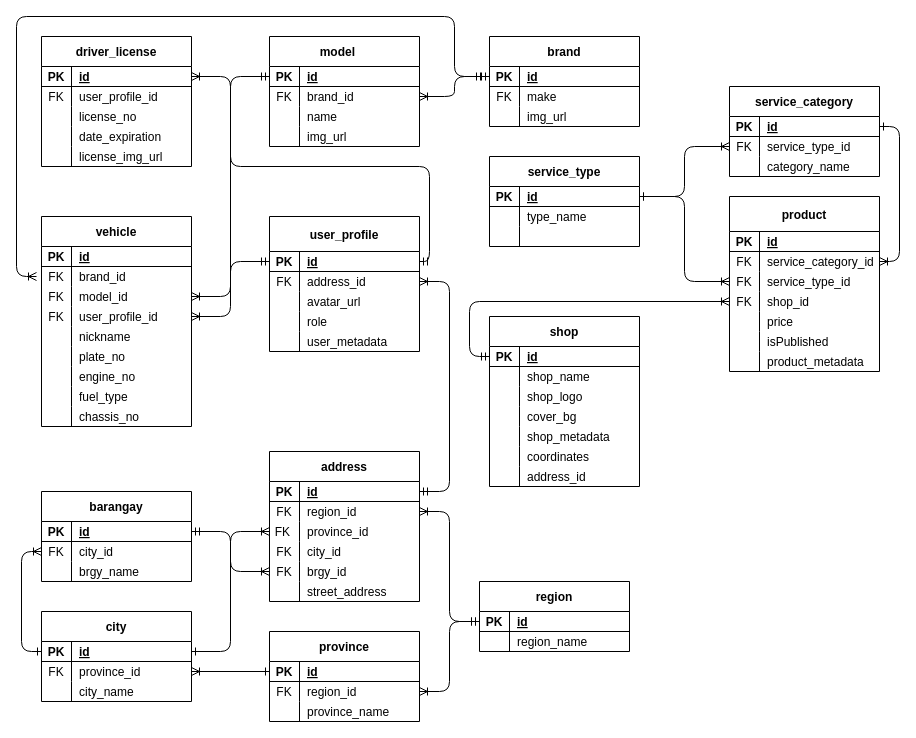
The draw.io diagram Untitled Diagram.drawio in PitZza04/drawIO, before the edit. Source tidied: cells renumbered, new cells numbered last; positions are measured from the earlier drawing's top-left corner, leaving out a move shared by most shapes. Both pictures are drawn from the tidied source at 100%, with x=0, y=0 at pixel (16, 16).
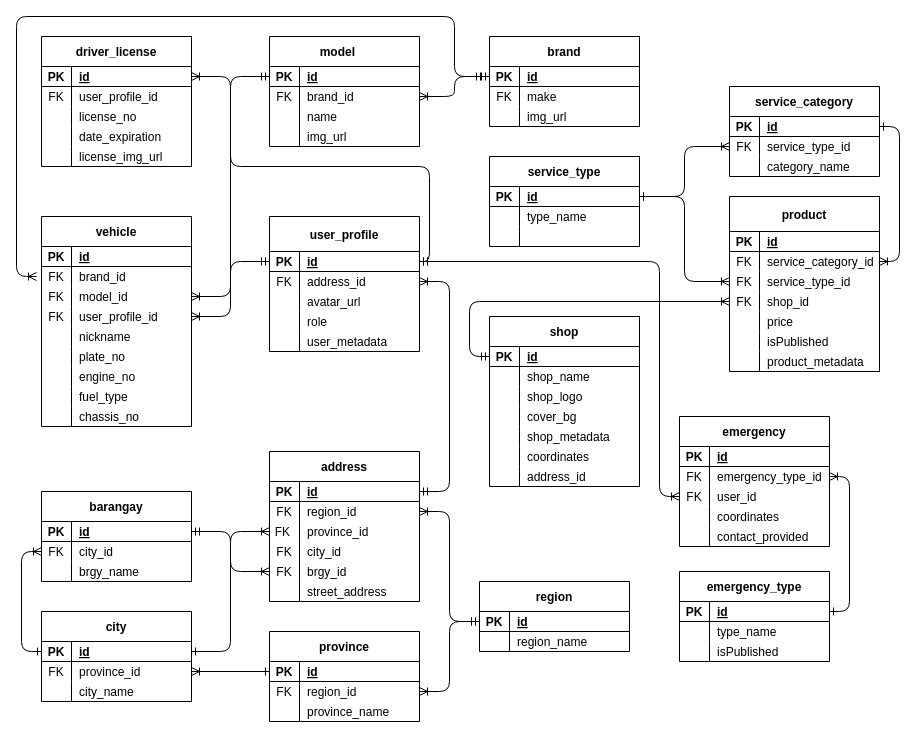
The same diagram, later.

Unchanged cells that the change refers to:
```xml
<mxCell id="19" style="shape=partialRectangle;fillColor=none;top=0;left=0;bottom=1;right=0;points=[[0,0.5],[1,0.5]];portConstraint=eastwest;" parent="18" vertex="1">
  <mxGeometry y="35" width="150" height="20" as="geometry" />
</mxCell>
```

What changed in the source:
```diff
@@
+    <mxCell id="221" value="emergency" style="shape=table;startSize=30;childLayout=tableLayout;rowLines=0;fontStyle=1;align=center;" parent="1" vertex="1">
+      <mxGeometry x="663" y="400" width="150" height="130" as="geometry" />
+    </mxCell>
+    <mxCell id="222" style="shape=partialRectangle;fillColor=none;top=0;left=0;bottom=1;right=0;" parent="221" vertex="1">
+      <mxGeometry y="30" width="150" height="20" as="geometry" />
+    </mxCell>
+    <mxCell id="223" value="PK" style="shape=partialRectangle;fillColor=none;top=0;left=0;bottom=0;right=0;fontStyle=1;overflow=hidden;" parent="222" vertex="1">
+      <mxGeometry width="30" height="20" as="geometry" />
+    </mxCell>
+    <mxCell id="224" value="id" style="shape=partialRectangle;fillColor=none;top=0;left=0;bottom=0;right=0;align=left;spacingLeft=6;fontStyle=5;overflow=hidden;" parent="222" vertex="1">
+      <mxGeometry x="30" width="120" height="20" as="geometry" />
+    </mxCell>
+    <mxCell id="225" style="shape=partialRectangle;fillColor=none;top=0;left=0;bottom=0;right=0;points=[[0,0.5],[1,0.5]];portConstraint=eastwest;" parent="221" vertex="1">
+      <mxGeometry y="50" width="150" height="20" as="geometry" />
+    </mxCell>
+    <mxCell id="226" value="FK" style="shape=partialRectangle;fillColor=none;top=0;left=0;bottom=0;right=0;overflow=hidden;" parent="225" vertex="1">
+      <mxGeometry width="30" height="20" as="geometry" />
+    </mxCell>
+    <mxCell id="227" value="emergency_type_id" style="shape=partialRectangle;fillColor=none;top=0;left=0;bottom=0;right=0;align=left;spacingLeft=6;overflow=hidden;" parent="225" vertex="1">
+      <mxGeometry x="30" width="120" height="20" as="geometry" />
+    </mxCell>
+    <mxCell id="228" style="shape=partialRectangle;fillColor=none;top=0;left=0;bottom=0;right=0;points=[[0,0.5],[1,0.5]];portConstraint=eastwest;" parent="221" vertex="1">
+      <mxGeometry y="70" width="150" height="20" as="geometry" />
+    </mxCell>
+    <mxCell id="229" value="FK" style="shape=partialRectangle;fillColor=none;top=0;left=0;bottom=0;right=0;overflow=hidden;" parent="228" vertex="1">
+      <mxGeometry width="30" height="20" as="geometry" />
+    </mxCell>
+    <mxCell id="230" value="user_id" style="shape=partialRectangle;fillColor=none;top=0;left=0;bottom=0;right=0;align=left;spacingLeft=6;overflow=hidden;" parent="228" vertex="1">
+      <mxGeometry x="30" width="120" height="20" as="geometry" />
+    </mxCell>
+    <mxCell id="231" style="shape=partialRectangle;fillColor=none;top=0;left=0;bottom=0;right=0;" parent="221" vertex="1">
+      <mxGeometry y="90" width="150" height="20" as="geometry" />
+    </mxCell>
+    <mxCell id="232" style="shape=partialRectangle;fillColor=none;top=0;left=0;bottom=0;right=0;overflow=hidden;" parent="231" vertex="1">
+      <mxGeometry width="30" height="20" as="geometry" />
+    </mxCell>
+    <mxCell id="233" value="coordinates" style="shape=partialRectangle;fillColor=none;top=0;left=0;bottom=0;right=0;align=left;spacingLeft=6;overflow=hidden;" parent="231" vertex="1">
+      <mxGeometry x="30" width="120" height="20" as="geometry" />
+    </mxCell>
+    <mxCell id="234" style="shape=partialRectangle;fillColor=none;top=0;left=0;bottom=0;right=0;" parent="221" vertex="1">
+      <mxGeometry y="110" width="150" height="20" as="geometry" />
+    </mxCell>
+    <mxCell id="235" style="shape=partialRectangle;fillColor=none;top=0;left=0;bottom=0;right=0;overflow=hidden;" parent="234" vertex="1">
+      <mxGeometry width="30" height="20" as="geometry" />
+    </mxCell>
+    <mxCell id="236" value="contact_provided" style="shape=partialRectangle;fillColor=none;top=0;left=0;bottom=0;right=0;align=left;spacingLeft=6;overflow=hidden;" parent="234" vertex="1">
+      <mxGeometry x="30" width="120" height="20" as="geometry" />
+    </mxCell>
+    <mxCell id="237" value="emergency_type" style="shape=table;startSize=30;childLayout=tableLayout;rowLines=0;fontStyle=1;align=center;" parent="1" vertex="1">
+      <mxGeometry x="663" y="555" width="150" height="90" as="geometry" />
+    </mxCell>
+    <mxCell id="238" style="shape=partialRectangle;fillColor=none;top=0;left=0;bottom=1;right=0;points=[[0,0.5],[1,0.5]];portConstraint=eastwest;" parent="237" vertex="1">
+      <mxGeometry y="30" width="150" height="20" as="geometry" />
+    </mxCell>
+    <mxCell id="239" value="PK" style="shape=partialRectangle;fillColor=none;top=0;left=0;bottom=0;right=0;fontStyle=1;overflow=hidden;" parent="238" vertex="1">
+      <mxGeometry width="30" height="20" as="geometry" />
+    </mxCell>
+    <mxCell id="240" value="id" style="shape=partialRectangle;fillColor=none;top=0;left=0;bottom=0;right=0;align=left;spacingLeft=6;fontStyle=5;overflow=hidden;" parent="238" vertex="1">
+      <mxGeometry x="30" width="120" height="20" as="geometry" />
+    </mxCell>
+    <mxCell id="241" style="shape=partialRectangle;fillColor=none;top=0;left=0;bottom=0;right=0;" parent="237" vertex="1">
+      <mxGeometry y="50" width="150" height="20" as="geometry" />
+    </mxCell>
+    <mxCell id="242" style="shape=partialRectangle;fillColor=none;top=0;left=0;bottom=0;right=0;overflow=hidden;" parent="241" vertex="1">
+      <mxGeometry width="30" height="20" as="geometry" />
+    </mxCell>
+    <mxCell id="243" value="type_name" style="shape=partialRectangle;fillColor=none;top=0;left=0;bottom=0;right=0;align=left;spacingLeft=6;overflow=hidden;" parent="241" vertex="1">
+      <mxGeometry x="30" width="120" height="20" as="geometry" />
+    </mxCell>
+    <mxCell id="244" style="shape=partialRectangle;fillColor=none;top=0;left=0;bottom=0;right=0;" parent="237" vertex="1">
+      <mxGeometry y="70" width="150" height="20" as="geometry" />
+    </mxCell>
+    <mxCell id="245" style="shape=partialRectangle;fillColor=none;top=0;left=0;bottom=0;right=0;overflow=hidden;" parent="244" vertex="1">
+      <mxGeometry width="30" height="20" as="geometry" />
+    </mxCell>
+    <mxCell id="246" value="isPublished" style="shape=partialRectangle;fillColor=none;top=0;left=0;bottom=0;right=0;align=left;spacingLeft=6;overflow=hidden;" parent="244" vertex="1">
+      <mxGeometry x="30" width="120" height="20" as="geometry" />
+    </mxCell>
+    <mxCell id="247" style="edgeStyle=orthogonalEdgeStyle;rounded=1;jettySize=auto;html=1;exitX=1;exitY=0.5;exitDx=0;exitDy=0;entryX=0;entryY=0.5;entryDx=0;entryDy=0;startArrow=ERmandOne;startFill=0;endArrow=ERoneToMany;endFill=0;" parent="1" edge="1" source="19" target="228">
+      <mxGeometry relative="1" as="geometry">
+        <Array as="points">
+          <mxPoint x="643" y="245" />
+          <mxPoint x="643" y="480" />
+        </Array>
+      </mxGeometry>
+    </mxCell>
+    <mxCell id="248" style="edgeStyle=orthogonalEdgeStyle;rounded=1;jettySize=auto;html=1;exitX=1;exitY=0.5;exitDx=0;exitDy=0;entryX=1;entryY=0.5;entryDx=0;entryDy=0;startArrow=ERone;startFill=0;endArrow=ERoneToMany;endFill=0;" parent="1" edge="1" source="238" target="225">
+      <mxGeometry relative="1" as="geometry" />
+    </mxCell>
```
